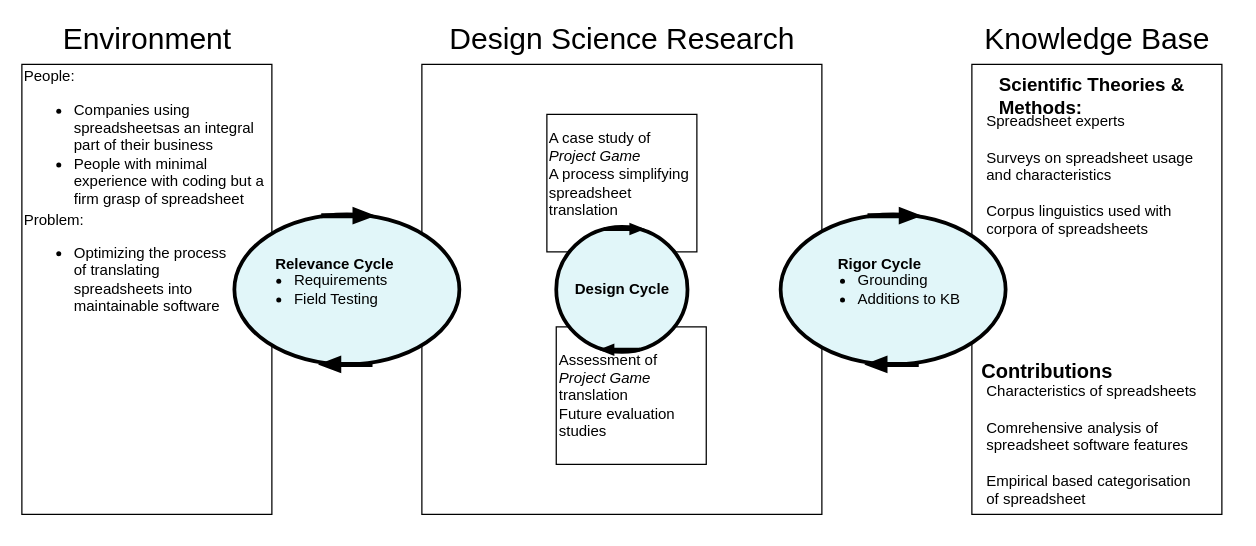
The draw.io diagram page "Our" (2 of 2) of DesignCycles.drawio in BLumbye/translating-spreadsheets-into-maintainable-software, before the edit. Source tidied: cells renumbered, new cells numbered last; positions are measured from the earlier drawing's top-left corner, leaving out a move shared by most shapes. Both pictures are drawn from the tidied source at 125%, with x=0, y=0 at pixel (21, 26).
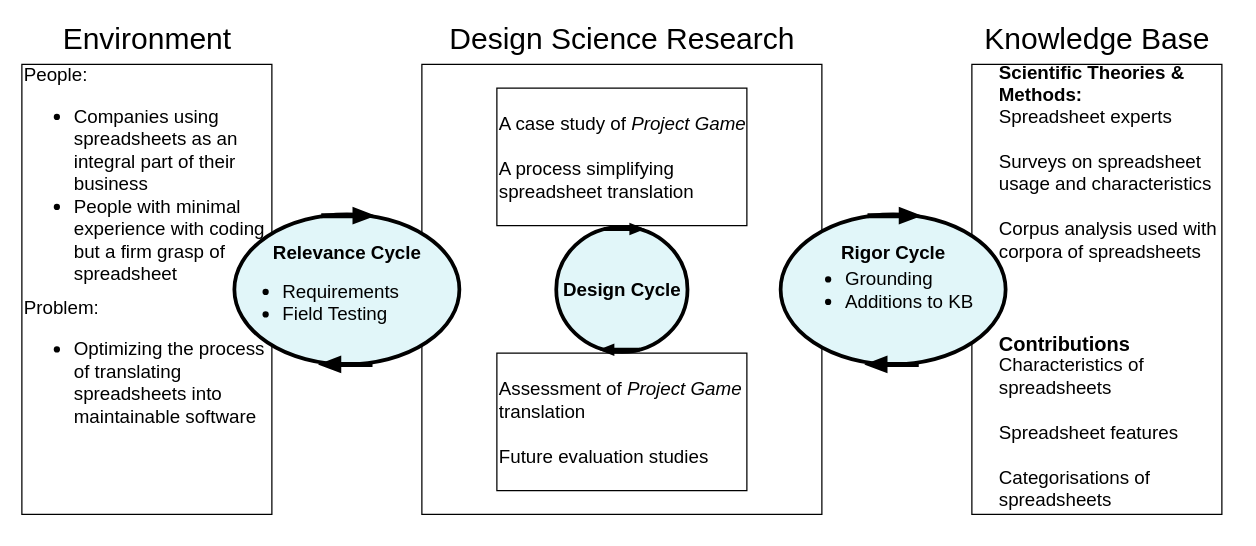
After the change.

Unchanged cells that the change refers to:
```xml
<mxCell id="7" style="group;" parent="1" vertex="1">
  <mxGeometry x="170" y="150" width="180" height="120" as="geometry" />
</mxCell>
<mxCell id="11" style="group;" parent="1" vertex="1">
  <mxGeometry x="607" y="150" width="180" height="120" as="geometry" />
</mxCell>
```

What changed in the source:
```diff
@@
-    <mxCell id="3" value="A case study of &lt;i&gt;Project Game&lt;/i&gt;&lt;br&gt;A process simplifying&amp;nbsp; spreadsheet translation&lt;br&gt;&lt;br&gt;" style="rounded=0;whiteSpace=wrap;html=1;strokeColor=#000000;strokeWidth=1;fillColor=none;align=left;" parent="1" vertex="1">
-      <mxGeometry x="420" y="70" width="120" height="110" as="geometry" />
+    <mxCell id="3" value="&lt;font style=&quot;font-size: 15px&quot;&gt;A case study of &lt;i&gt;Project Game&lt;br&gt;&lt;/i&gt;&lt;br&gt;A process simplifying&amp;nbsp; spreadsheet translation&lt;br&gt;&lt;/font&gt;" style="rounded=0;whiteSpace=wrap;html=1;strokeColor=#000000;strokeWidth=1;fillColor=none;align=left;" parent="1" vertex="1">
+      <mxGeometry x="380" y="49" width="200" height="110" as="geometry" />
     </mxCell>
-    <mxCell id="4" value="Assessment of &lt;i&gt;Project Game &lt;/i&gt;translation&lt;br&gt;Future evaluation studies" style="rounded=0;whiteSpace=wrap;html=1;strokeColor=#000000;strokeWidth=1;fillColor=none;align=left;" parent="1" vertex="1">
-      <mxGeometry x="427.5" y="240" width="120" height="110" as="geometry" />
+    <mxCell id="4" value="&lt;font style=&quot;font-size: 15px&quot;&gt;Assessment of &lt;i&gt;Project Game &lt;/i&gt;translation&lt;br&gt;&lt;br&gt;Future evaluation studies&lt;/font&gt;" style="rounded=0;whiteSpace=wrap;html=1;strokeColor=#000000;strokeWidth=1;fillColor=none;align=left;" parent="1" vertex="1">
+      <mxGeometry x="380" y="261" width="200" height="110" as="geometry" />
     </mxCell>
@@
-    <mxCell id="9" value="&lt;ul&gt;&lt;li&gt;Requirements&lt;/li&gt;&lt;li style=&quot;text-align: left&quot;&gt;Field Testing&lt;/li&gt;&lt;/ul&gt;" style="text;html=1;align=center;verticalAlign=middle;strokeColor=none;fillColor=none;" parent="7" vertex="1">
-      <mxGeometry y="30" width="130" height="60" as="geometry" />
+    <mxCell id="9" value="&lt;ul style=&quot;font-size: 15px&quot;&gt;&lt;li&gt;Requirements&lt;/li&gt;&lt;li style=&quot;text-align: left&quot;&gt;Field Testing&lt;/li&gt;&lt;/ul&gt;" style="text;html=1;align=center;verticalAlign=middle;strokeColor=none;fillColor=none;" parent="7" vertex="1">
+      <mxGeometry x="-10" y="40" width="150" height="60" as="geometry" />
     </mxCell>
-    <mxCell id="10" value="&lt;b&gt;Relevance Cycle&lt;/b&gt;" style="text;html=1;align=center;verticalAlign=middle;strokeColor=none;fillColor=none;" parent="7" vertex="1">
-      <mxGeometry x="25" y="30" width="110" height="20" as="geometry" />
+    <mxCell id="10" value="&lt;b&gt;&lt;font style=&quot;font-size: 15px&quot;&gt;Relevance Cycle&lt;/font&gt;&lt;/b&gt;" style="text;html=1;align=center;verticalAlign=middle;strokeColor=none;fillColor=none;" parent="7" vertex="1">
+      <mxGeometry x="25" y="20" width="130" height="20" as="geometry" />
     </mxCell>
@@
     <mxCell id="13" style="group;" parent="11" vertex="1">
-      <mxGeometry x="20" y="30" width="140" height="60" as="geometry" />
+      <mxGeometry x="10" y="30" width="160" height="60" as="geometry" />
     </mxCell>
-    <mxCell id="14" value="&lt;ul&gt;&lt;li&gt;Grounding&lt;/li&gt;&lt;li&gt;Additions to KB&lt;/li&gt;&lt;/ul&gt;" style="text;html=1;align=left;verticalAlign=middle;strokeColor=none;fillColor=none;" parent="13" vertex="1">
-      <mxGeometry width="140" height="60" as="geometry" />
+    <mxCell id="14" value="&lt;ul style=&quot;font-size: 15px&quot;&gt;&lt;li&gt;Grounding&lt;/li&gt;&lt;li&gt;Additions to KB&lt;/li&gt;&lt;/ul&gt;" style="text;html=1;align=left;verticalAlign=middle;strokeColor=none;fillColor=none;" parent="13" vertex="1">
+      <mxGeometry width="160" height="60" as="geometry" />
     </mxCell>
-    <mxCell id="15" value="&lt;b&gt;Rigor Cycle&lt;/b&gt;" style="text;html=1;align=center;verticalAlign=middle;strokeColor=none;fillColor=none;" parent="13" vertex="1">
-      <mxGeometry x="19" width="80" height="20" as="geometry" />
+    <mxCell id="15" value="&lt;b&gt;&lt;font style=&quot;font-size: 15px&quot;&gt;Rigor Cycle&lt;/font&gt;&lt;/b&gt;" style="text;html=1;align=center;verticalAlign=middle;strokeColor=none;fillColor=none;" parent="13" vertex="1">
+      <mxGeometry x="30" y="-10" width="100" height="20" as="geometry" />
     </mxCell>
@@
-    <mxCell id="23" value="&lt;span&gt;People:&lt;/span&gt;&lt;br&gt;&lt;ul&gt;&lt;li&gt;Companies using&lt;br&gt;spreadsheetsas an integral&lt;br&gt;part of their business&lt;/li&gt;&lt;li&gt;People with minimal&lt;br&gt;experience with coding but a&lt;br&gt;firm grasp of spreadsheet&lt;/li&gt;&lt;/ul&gt;" style="text;html=1;align=left;verticalAlign=middle;strokeColor=none;fillColor=none;" parent="1" vertex="1">
-      <mxGeometry y="30" width="210" height="130" as="geometry" />
+    <mxCell id="23" value="&lt;font style=&quot;font-size: 15px&quot;&gt;People:&lt;br&gt;&lt;/font&gt;&lt;ul style=&quot;font-size: 15px&quot;&gt;&lt;li&gt;&lt;font style=&quot;font-size: 15px&quot;&gt;Companies using&lt;br&gt;spreadsheets as an&lt;br&gt;&lt;/font&gt;integral part of their&lt;br&gt;business&lt;/li&gt;&lt;li&gt;&lt;font style=&quot;font-size: 15px&quot;&gt;People with minimal&lt;br&gt;experience with coding&lt;br&gt;but a firm grasp of&lt;br&gt;spreadsheet&lt;/font&gt;&lt;/li&gt;&lt;/ul&gt;" style="text;html=1;align=left;verticalAlign=middle;strokeColor=none;fillColor=none;" parent="1" vertex="1">
+      <mxGeometry y="45" width="210" height="160" as="geometry" />
     </mxCell>
-    <mxCell id="24" value="Problem:&amp;nbsp;&lt;br&gt;&lt;ul&gt;&lt;li&gt;Optimizing the process&lt;br&gt;of translating&lt;br&gt;spreadsheets into&lt;br&gt;maintainable software&lt;/li&gt;&lt;/ul&gt;" style="text;html=1;align=left;verticalAlign=middle;strokeColor=none;fillColor=none;" parent="1" vertex="1">
-      <mxGeometry y="144.5" width="180" height="100" as="geometry" />
+    <mxCell id="24" value="&lt;font style=&quot;font-size: 15px&quot;&gt;Problem:&amp;nbsp;&lt;br&gt;&lt;/font&gt;&lt;ul style=&quot;font-size: 15px&quot;&gt;&lt;li&gt;&lt;font style=&quot;font-size: 15px&quot;&gt;Optimizing the process&lt;br&gt;of translating&lt;br&gt;spreadsheets into&lt;br&gt;maintainable software&lt;/font&gt;&lt;/li&gt;&lt;/ul&gt;" style="text;html=1;align=left;verticalAlign=middle;strokeColor=none;fillColor=none;" parent="1" vertex="1">
+      <mxGeometry y="220" width="210" height="110" as="geometry" />
     </mxCell>
-    <mxCell id="25" value="&lt;b&gt;Design Cycle&lt;/b&gt;" style="ellipse;whiteSpace=wrap;html=1;strokeColor=#000000;fillColor=#E1F6F9;strokeWidth=3;" parent="1" vertex="1">
+    <mxCell id="25" value="&lt;b&gt;&lt;font style=&quot;font-size: 15px&quot;&gt;Design Cycle&lt;/font&gt;&lt;/b&gt;" style="ellipse;whiteSpace=wrap;html=1;strokeColor=#000000;fillColor=#E1F6F9;strokeWidth=3;" parent="1" vertex="1">
       <mxGeometry x="427.5" y="160" width="105" height="100" as="geometry" />
     </mxCell>
@@
     <mxCell id="28" value="&lt;div style=&quot;font-size: 15px&quot;&gt;&lt;b&gt;Scientific Theories &amp;amp;&lt;/b&gt;&lt;/div&gt;&lt;div style=&quot;font-size: 15px&quot;&gt;&lt;b&gt;&lt;span&gt;Methods:&lt;/span&gt;&lt;/b&gt;&lt;/div&gt;" style="text;html=1;align=left;verticalAlign=middle;strokeColor=none;fillColor=none;" parent="1" vertex="1">
-      <mxGeometry x="780" y="40" width="160" height="30" as="geometry" />
+      <mxGeometry x="780" y="30" width="160" height="30" as="geometry" />
     </mxCell>
-    <mxCell id="29" value="Spreadsheet experts&lt;br&gt;&lt;br&gt;Surveys on spreadsheet usage&lt;br&gt;and characteristics&lt;br&gt;&lt;br&gt;Corpus linguistics used with&lt;br&gt;corpora of spreadsheets" style="text;html=1;align=left;verticalAlign=middle;strokeColor=none;fillColor=none;" parent="1" vertex="1">
-      <mxGeometry x="770" y="69" width="180" height="100" as="geometry" />
+    <mxCell id="29" value="&lt;font style=&quot;font-size: 15px&quot;&gt;Spreadsheet experts&lt;br&gt;&lt;br&gt;Surveys on spreadsheet&lt;br&gt;usage and characteristics&lt;br&gt;&lt;br&gt;Corpus analysis used with&lt;br&gt;corpora of spreadsheets&lt;/font&gt;" style="text;html=1;align=left;verticalAlign=middle;strokeColor=none;fillColor=none;" parent="1" vertex="1">
+      <mxGeometry x="780" y="70" width="190" height="110" as="geometry" />
     </mxCell>
-    <mxCell id="30" value="&lt;b&gt;&lt;font style=&quot;font-size: 16px&quot;&gt;Contributions&lt;/font&gt;&lt;/b&gt;" style="text;html=1;align=center;verticalAlign=middle;strokeColor=none;fillColor=none;" parent="1" vertex="1">
-      <mxGeometry x="760" y="265" width="120" height="20" as="geometry" />
+    <mxCell id="30" value="&lt;b&gt;&lt;font style=&quot;font-size: 16px&quot;&gt;Contributions&lt;/font&gt;&lt;/b&gt;" style="text;html=1;align=left;verticalAlign=middle;strokeColor=none;fillColor=none;" parent="1" vertex="1">
+      <mxGeometry x="780" y="243.5" width="120" height="20" as="geometry" />
     </mxCell>
-    <mxCell id="31" value="&lt;div&gt;&lt;span&gt;Characteristics of spreadsheets&lt;/span&gt;&lt;/div&gt;&lt;div&gt;&lt;span&gt;&lt;br&gt;&lt;/span&gt;&lt;/div&gt;&lt;div&gt;&lt;span&gt;Comrehensive analysis of&lt;/span&gt;&lt;/div&gt;&lt;div&gt;&lt;span&gt;spreadsheet software features&lt;/span&gt;&lt;/div&gt;&lt;div&gt;&lt;br&gt;&lt;/div&gt;&lt;div&gt;Empirical based categorisation&lt;/div&gt;&lt;div&gt;of spreadsheet&lt;/div&gt;" style="text;html=1;align=left;verticalAlign=middle;strokeColor=none;fillColor=none;" parent="1" vertex="1">
-      <mxGeometry x="770" y="285" width="180" height="100" as="geometry" />
+    <mxCell id="31" value="&lt;p style=&quot;line-height: 100%&quot;&gt;&lt;/p&gt;&lt;div style=&quot;font-size: 15px&quot;&gt;&lt;font style=&quot;font-size: 15px&quot;&gt;Characteristics of&lt;br&gt;spreadsheets&lt;/font&gt;&lt;/div&gt;&lt;div style=&quot;font-size: 15px&quot;&gt;&lt;span&gt;&lt;font style=&quot;font-size: 15px&quot;&gt;&lt;br&gt;&lt;/font&gt;&lt;/span&gt;&lt;/div&gt;&lt;div style=&quot;font-size: 15px&quot;&gt;&lt;font style=&quot;font-size: 15px&quot;&gt;&lt;span&gt;Spreadsheet&amp;nbsp;&lt;/span&gt;&lt;span&gt;features&lt;/span&gt;&lt;/font&gt;&lt;/div&gt;&lt;div style=&quot;font-size: 15px&quot;&gt;&lt;font style=&quot;font-size: 15px&quot;&gt;&lt;br&gt;&lt;/font&gt;&lt;/div&gt;&lt;div style=&quot;font-size: 15px&quot;&gt;&lt;font style=&quot;font-size: 15px&quot;&gt;&lt;font style=&quot;font-size: 15px&quot;&gt;Categorisations&amp;nbsp;&lt;/font&gt;of&lt;br&gt;spreadsheets&lt;/font&gt;&lt;/div&gt;&lt;p&gt;&lt;/p&gt;" style="text;html=1;align=left;verticalAlign=middle;strokeColor=none;fillColor=none;" parent="1" vertex="1">
+      <mxGeometry x="780" y="258.5" width="160" height="130" as="geometry" />
     </mxCell>
```
